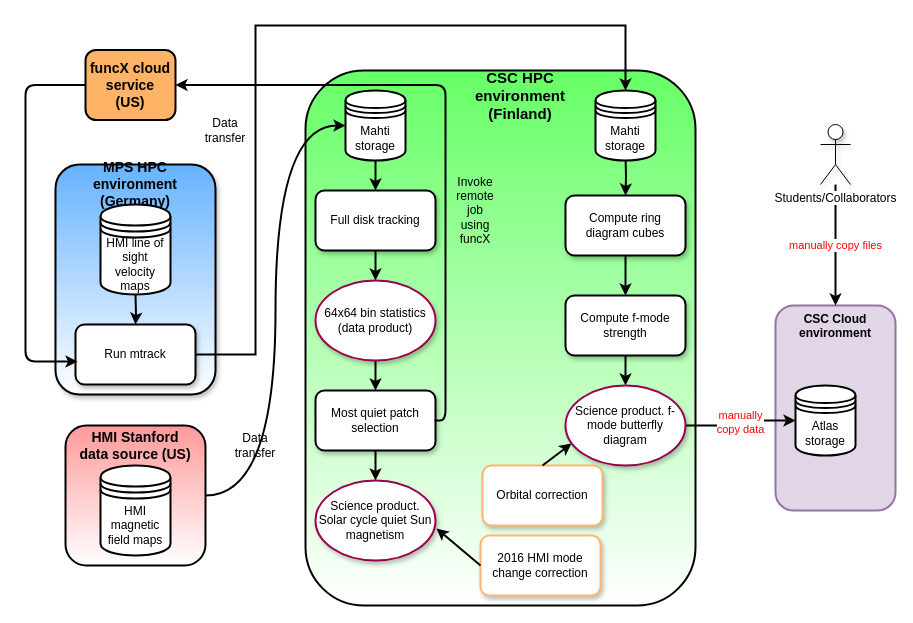
alagg/quietsun-fmode keeps this draw.io diagram as pipeline2.drawio. Above is the earlier version. Source tidied: cells renumbered, new cells numbered last; positions are measured from the earlier drawing's top-left corner, leaving out a move shared by most shapes. Both pictures are drawn from the tidied source at 100%, with x=0, y=0 at pixel (25, 25).
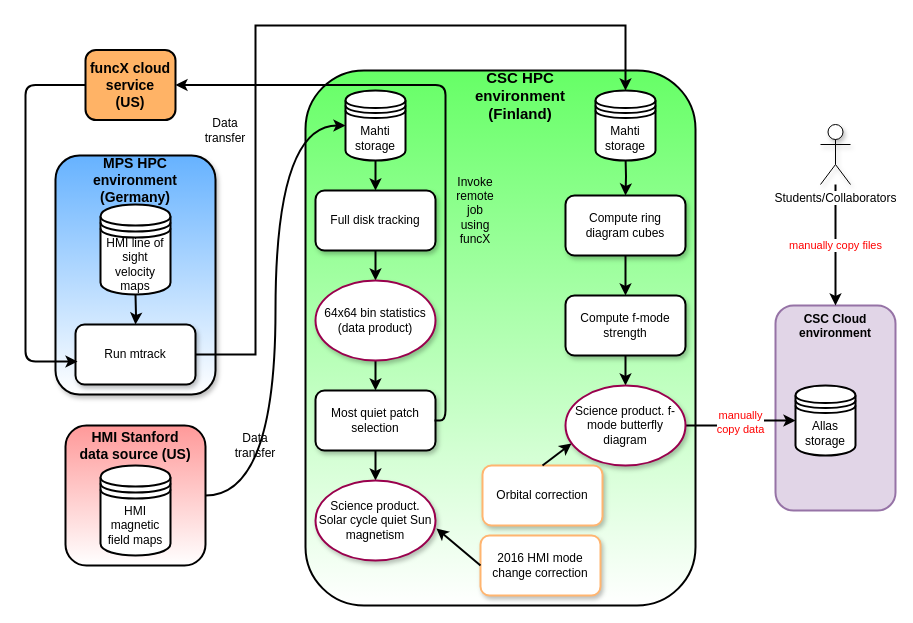
The same diagram, later.

Change to the diagram source:
```diff
@@
     <mxCell id="3" style="rounded=1;whiteSpace=wrap;html=1;strokeWidth=2;gradientColor=#ffffff;fillColor=#66B2FF;align=right;shadow=1;" parent="1" vertex="1">
-      <mxGeometry x="30" y="139" width="160" height="230" as="geometry" />
+      <mxGeometry x="30" y="130" width="160" height="239" as="geometry" />
     </mxCell>
@@
     <mxCell id="33" value="&lt;font style=&quot;font-size: 14px&quot;&gt;&lt;b&gt;MPS HPC environment (Germany)&lt;/b&gt;&lt;/font&gt;" style="text;html=1;strokeColor=none;fillColor=none;align=center;verticalAlign=middle;whiteSpace=wrap;rounded=0;comic=0;" parent="1" vertex="1">
-      <mxGeometry x="50" y="149" width="120" height="20" as="geometry" />
+      <mxGeometry x="50" y="140" width="120" height="29" as="geometry" />
     </mxCell>
@@
-    <mxCell id="42" value="Atlas storage" style="shape=datastore;whiteSpace=wrap;html=1;rounded=1;comic=0;strokeWidth=2;fillColor=#FFFFFF;gradientColor=none;" parent="1" vertex="1">
+    <mxCell id="42" value="Allas storage" style="shape=datastore;whiteSpace=wrap;html=1;rounded=1;comic=0;strokeWidth=2;fillColor=#FFFFFF;gradientColor=none;" parent="1" vertex="1">
       <mxGeometry x="770" y="360" width="60" height="70" as="geometry" />
     </mxCell>
```
